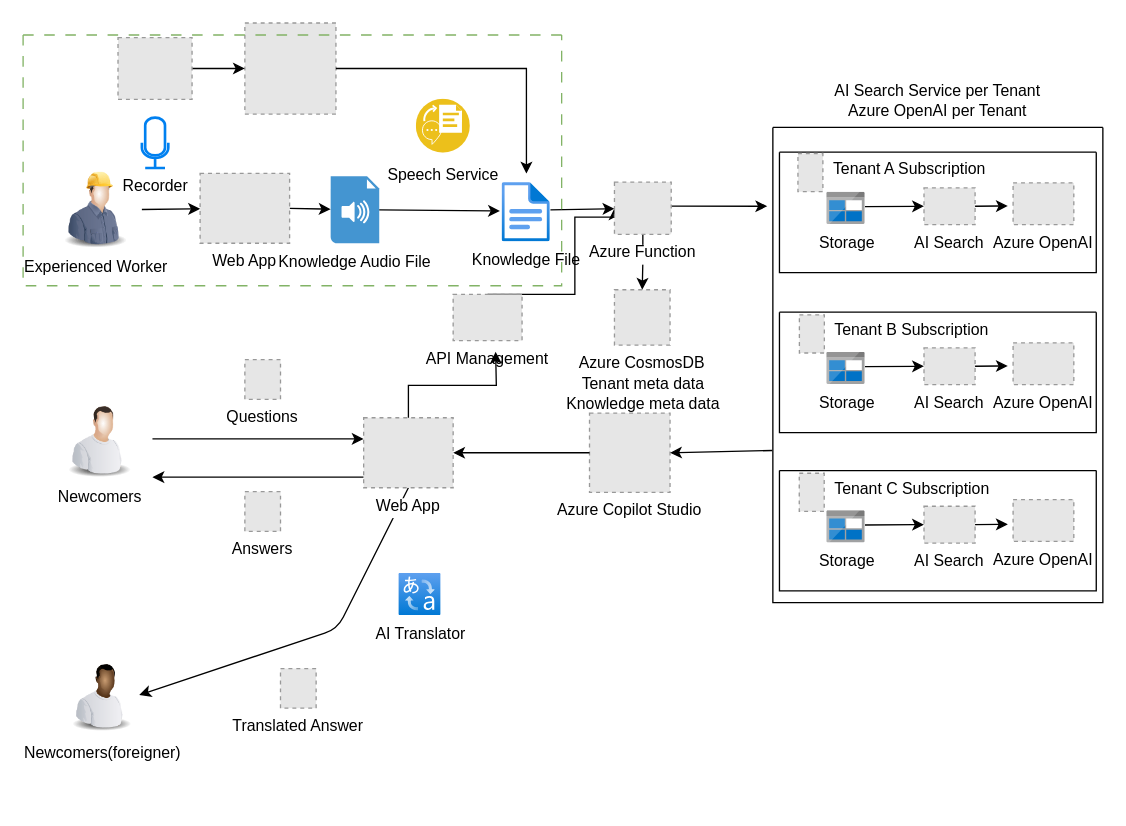
wangchunyong168/drawio keeps this draw.io diagram as copilot-multi-tenant.drawio. Above is the earlier version. Source tidied: cells renumbered, new cells numbered last; positions are measured from the earlier drawing's top-left corner, leaving out a move shared by most shapes. Both pictures are drawn from the tidied source at 132%, with x=0, y=0 at pixel (22, 22). Pictures stored in the file or linked from it are replaced by grey dashed boxes.
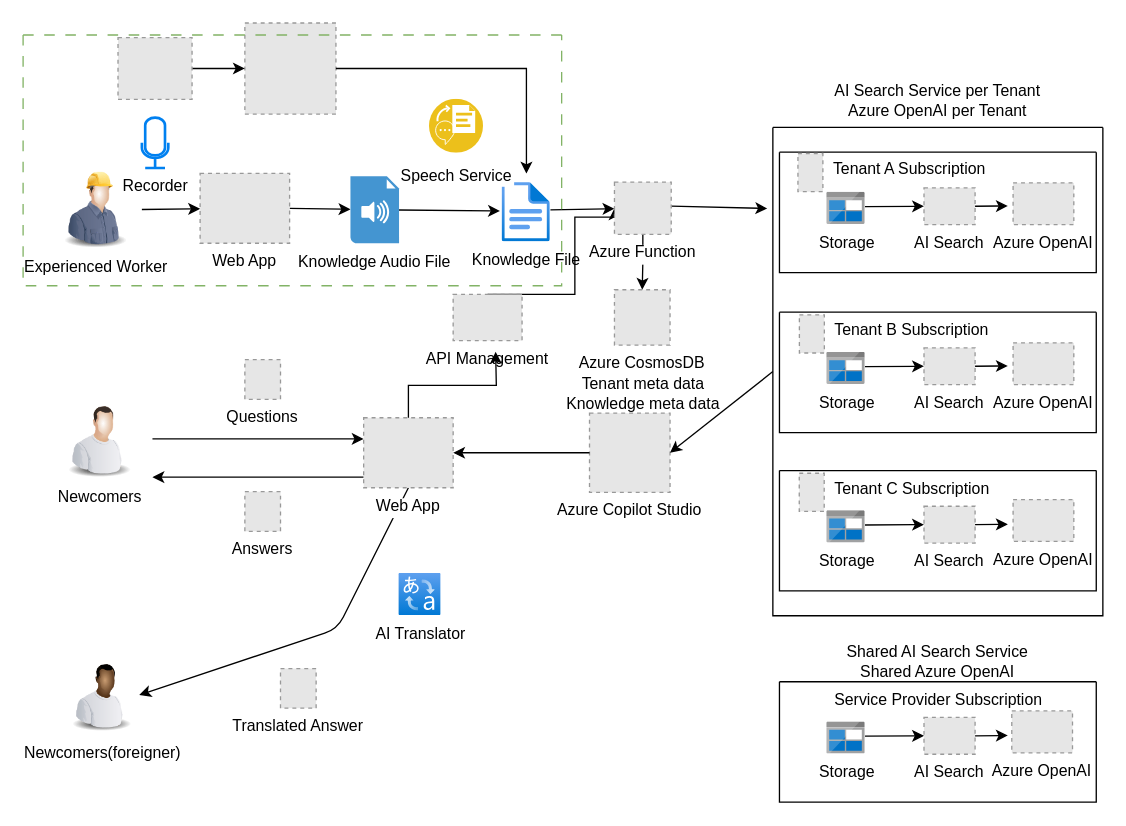
The same diagram, later.

The change refers to these unchanged cells:
```xml
<mxCell id="20" value="Azure Copilot Studio" style="fillColor=#E6E6E6;strokeColor=#999999;dashed=1;verticalLabelPosition=bottom;labelBackgroundColor=default;verticalAlign=top;" parent="1" vertex="1">
  <mxGeometry x="429.1" y="295.5" width="61" height="60" as="geometry" />
</mxCell>
<mxCell id="63" style="swimlane;startSize=0;dashed=1;dashPattern=8 8;fillColor=#d5e8d4;strokeColor=#82b366;" parent="1" vertex="1">
  <mxGeometry y="9" width="408" height="190" as="geometry" />
</mxCell>
```

What changed in the source:
```diff
@@
-    <mxCell id="2" value="Speech Service" style="perimeter=ellipsePerimeter;align=center;shadow=0;dashed=0;fontColor=default;labelBackgroundColor=#FFFFFF;fontSize=12;spacingTop=3;image;image=img/lib/ibm/applications/speech_to_text.svg;labelBorderColor=none;imageBorder=none;" parent="1" vertex="1">
-      <mxGeometry x="298" y="57.7" width="41" height="41" as="geometry" />
-    </mxCell>
@@
-    <mxCell id="5" value="Knowledge Audio File" style="shadow=0;dashed=0;html=1;strokeColor=none;fillColor=#4495D1;labelPosition=center;verticalLabelPosition=bottom;verticalAlign=top;align=center;outlineConnect=0;shape=mxgraph.veeam.audio_file;" parent="1" vertex="1">
-      <mxGeometry x="233" y="116" width="36.8" height="50.8" as="geometry" />
-    </mxCell>
@@
-    <mxCell id="21" style="edgeStyle=none;html=1;entryX=1;entryY=0.5;entryDx=0;entryDy=0;exitX=-0.002;exitY=0.68;exitDx=0;exitDy=0;exitPerimeter=0;" parent="1" edge="1" source="40" target="20">
+    <mxCell id="21" style="edgeStyle=none;html=1;entryX=1;entryY=0.5;entryDx=0;entryDy=0;exitX=0;exitY=0.5;exitDx=0;exitDy=0;" parent="1" edge="1" source="40" target="20">
       <mxGeometry relative="1" as="geometry" />
     </mxCell>
@@
     <mxCell id="40" style="swimlane;startSize=0;" parent="1" vertex="1">
-      <mxGeometry x="568" y="79" width="250" height="360" as="geometry" />
+      <mxGeometry x="568" y="79" width="250" height="370" as="geometry" />
     </mxCell>
@@
+    <mxCell id="5" value="Knowledge Audio File" style="shadow=0;dashed=0;html=1;strokeColor=none;fillColor=#4495D1;labelPosition=center;verticalLabelPosition=bottom;verticalAlign=top;align=center;outlineConnect=0;shape=mxgraph.veeam.audio_file;" parent="63" vertex="1">
+      <mxGeometry x="248" y="107" width="36.8" height="50.8" as="geometry" />
+    </mxCell>
+    <mxCell id="2" value="Speech Service" style="perimeter=ellipsePerimeter;align=center;shadow=0;dashed=0;fontColor=default;labelBackgroundColor=#FFFFFF;fontSize=12;spacingTop=3;image;image=img/lib/ibm/applications/speech_to_text.svg;labelBorderColor=none;imageBorder=none;" parent="63" vertex="1">
+      <mxGeometry x="308" y="48.8" width="41" height="41" as="geometry" />
+    </mxCell>
+    <mxCell id="64" style="swimlane;startSize=0;" parent="1" vertex="1">
+      <mxGeometry x="573" y="499" width="240" height="91.2" as="geometry" />
+    </mxCell>
+    <mxCell id="65" value="Storage" style="sketch=0;html=1;points=[];align=center;image;fontSize=12;image=img/lib/mscae/BlobBlock.svg;" parent="64" vertex="1">
+      <mxGeometry x="36" y="30.5" width="29.1" height="24.4" as="geometry" />
+    </mxCell>
+    <mxCell id="66" style="edgeStyle=none;html=1;entryX=0;entryY=0.5;entryDx=0;entryDy=0;exitX=0.99;exitY=0.439;exitDx=0;exitDy=0;exitPerimeter=0;" parent="64" edge="1" source="65" target="67">
+      <mxGeometry relative="1" as="geometry" />
+    </mxCell>
+    <mxCell id="67" value="AI Search" style="fillColor=#E6E6E6;strokeColor=#999999;dashed=1;verticalLabelPosition=bottom;labelBackgroundColor=default;verticalAlign=top;" parent="64" vertex="1">
+      <mxGeometry x="109.5" y="27" width="38.7" height="27.9" as="geometry" />
+    </mxCell>
+    <mxCell id="68" style="edgeStyle=none;html=1;entryX=0;entryY=0.5;entryDx=0;entryDy=0;exitX=1;exitY=0.5;exitDx=0;exitDy=0;" parent="64" edge="1" source="67">
+      <mxGeometry relative="1" as="geometry">
+        <mxPoint x="173" y="40.7" as="targetPoint" />
+      </mxGeometry>
+    </mxCell>
+    <mxCell id="69" value="&lt;span style=&quot;color: rgb(0, 0, 0); font-family: Helvetica; font-size: 12px; font-style: normal; font-variant-ligatures: normal; font-variant-caps: normal; font-weight: 400; letter-spacing: normal; orphans: 2; text-align: center; text-indent: 0px; text-transform: none; widows: 2; word-spacing: 0px; -webkit-text-stroke-width: 0px; white-space: nowrap; background-color: rgb(255, 255, 255); text-decoration-thickness: initial; text-decoration-style: initial; text-decoration-color: initial; display: inline !important; float: none;&quot;&gt;Service Provider Subscription&lt;/span&gt;" style="text;whiteSpace=wrap;html=1;" parent="64" vertex="1">
+      <mxGeometry x="40" width="160" height="40" as="geometry" />
+    </mxCell>
+    <mxCell id="70" value="Azure OpenAI" style="fillColor=#E6E6E6;strokeColor=#999999;dashed=1;verticalLabelPosition=bottom;labelBackgroundColor=default;verticalAlign=top;" parent="64" vertex="1">
+      <mxGeometry x="176" y="22.1" width="46" height="31.7" as="geometry" />
+    </mxCell>
+    <mxCell id="71" value="Shared AI Search Service&lt;div&gt;Shared Azure OpenAI&lt;/div&gt;" style="text;strokeColor=none;align=center;fillColor=none;html=1;verticalAlign=middle;whiteSpace=wrap;rounded=0;" parent="1" vertex="1">
+      <mxGeometry x="593" y="469" width="200" height="30" as="geometry" />
+    </mxCell>
```
